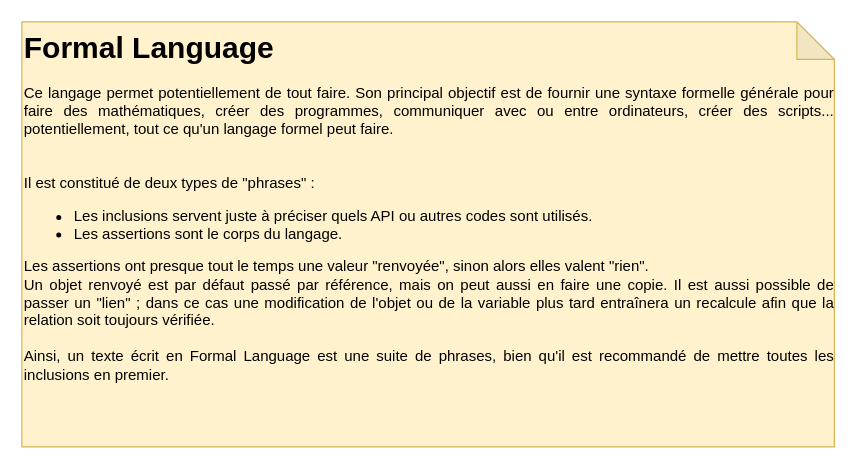
Before: page "Presentation" (1 of 5) of UML/Formal Language.drawio in Oscardoras/Ouverium, a draw.io diagram. Source tidied: cells renumbered, new cells numbered last; positions are measured from the earlier drawing's top-left corner, leaving out a move shared by most shapes. Both pictures are drawn from the tidied source at 125%, with x=0, y=0 at pixel (21, 21).
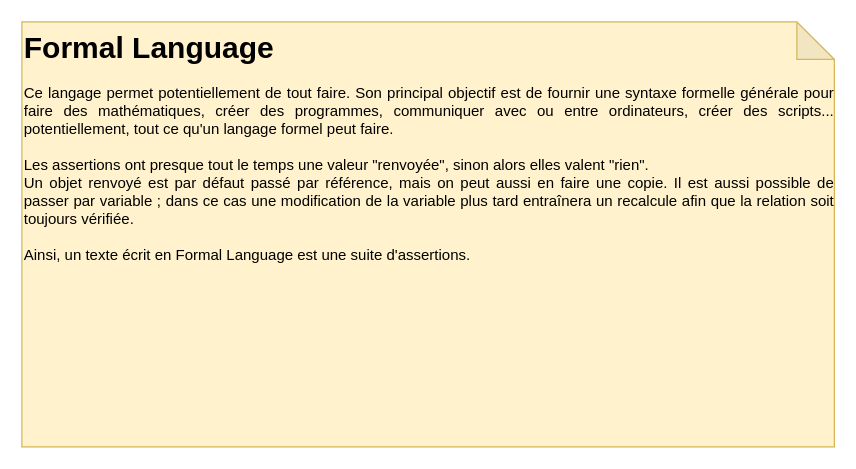
Above is the later version.

Diff of the diagram source:
```diff
@@
 <mxGraphModel>
   <root>
     <mxCell id="0" />
     <mxCell id="1" parent="0" />
-    <mxCell id="2" value="&lt;div style=&quot;text-align: justify&quot;&gt;&lt;b style=&quot;font-size: 24px&quot;&gt;Formal Language&lt;/b&gt;&lt;/div&gt;&lt;div style=&quot;text-align: justify&quot;&gt;&lt;br&gt;&lt;/div&gt;&lt;div style=&quot;text-align: justify&quot;&gt;Ce langage permet potentiellement de tout faire. Son principal objectif est de fournir une syntaxe formelle générale pour faire des mathématiques, créer des programmes, communiquer avec ou entre ordinateurs, créer des scripts... potentiellement, tout ce qu'un langage formel peut faire.&lt;/div&gt;&lt;div style=&quot;text-align: justify&quot;&gt;&lt;br&gt;&lt;/div&gt;&lt;div style=&quot;text-align: justify&quot;&gt;&lt;br&gt;&lt;/div&gt;&lt;div style=&quot;text-align: justify&quot;&gt;Il est constitué de deux types de &quot;phrases&quot; :&lt;/div&gt;&lt;div style=&quot;text-align: justify&quot;&gt;&lt;ul&gt;&lt;li&gt;Les inclusions servent juste à préciser quels API ou autres codes sont utilisés.&lt;/li&gt;&lt;li&gt;Les assertions sont le corps du langage.&lt;/li&gt;&lt;/ul&gt;&lt;span&gt;Les assertions ont presque tout le temps une valeur &quot;renvoyée&quot;, sinon alors elles valent &quot;rien&quot;.&lt;/span&gt;&lt;/div&gt;&lt;div style=&quot;text-align: justify&quot;&gt;&lt;span&gt;Un objet renvoyé est par défaut passé par référence, mais on peut aussi en faire une copie. Il est aussi possible de passer un &quot;lien&quot; ; dans ce cas une modification de l'objet ou de la variable plus tard entraînera&amp;nbsp;un&amp;nbsp;&lt;/span&gt;&lt;span&gt;recalcule afin que la relation soit toujours vérifiée.&lt;/span&gt;&lt;/div&gt;&lt;div style=&quot;text-align: justify&quot;&gt;&lt;span&gt;&lt;br&gt;&lt;/span&gt;&lt;/div&gt;&lt;div style=&quot;text-align: justify&quot;&gt;&lt;span&gt;Ainsi, un texte écrit en Formal Language est une suite de phrases, bien qu'il est recommandé de mettre toutes les inclusions&amp;nbsp;en premier.&lt;/span&gt;&lt;/div&gt;" style="shape=note;whiteSpace=wrap;html=1;backgroundOutline=1;darkOpacity=0.05;fillColor=#fff2cc;strokeColor=#d6b656;align=left;verticalAlign=top;fontColor=#000000;" parent="1" vertex="1">
+    <mxCell id="2" value="&lt;div style=&quot;text-align: justify&quot;&gt;&lt;b style=&quot;font-size: 24px&quot;&gt;Formal Language&lt;/b&gt;&lt;/div&gt;&lt;div style=&quot;text-align: justify&quot;&gt;&lt;br&gt;&lt;/div&gt;&lt;div style=&quot;text-align: justify&quot;&gt;Ce langage permet potentiellement de tout faire. Son principal objectif est de fournir une syntaxe formelle générale pour faire des mathématiques, créer des programmes, communiquer avec ou entre ordinateurs, créer des scripts... potentiellement, tout ce qu'un langage formel peut faire.&lt;/div&gt;&lt;div style=&quot;text-align: justify&quot;&gt;&lt;br&gt;&lt;/div&gt;&lt;div style=&quot;text-align: justify&quot;&gt;&lt;span&gt;Les assertions ont presque tout le temps une valeur &quot;renvoyée&quot;, sinon alors elles valent &quot;rien&quot;.&lt;/span&gt;&lt;/div&gt;&lt;div style=&quot;text-align: justify&quot;&gt;&lt;span&gt;Un objet renvoyé est par défaut passé par référence, mais on peut aussi en faire une copie. Il est aussi possible de passer par variable ; dans ce cas une modification de la variable plus tard entraînera&amp;nbsp;un&amp;nbsp;&lt;/span&gt;&lt;span&gt;recalcule afin que la relation soit toujours vérifiée.&lt;/span&gt;&lt;/div&gt;&lt;div style=&quot;text-align: justify&quot;&gt;&lt;span&gt;&lt;br&gt;&lt;/span&gt;&lt;/div&gt;&lt;div style=&quot;text-align: justify&quot;&gt;&lt;span&gt;Ainsi, un texte écrit en Formal Language est une suite d'assertions.&lt;/span&gt;&lt;/div&gt;" style="shape=note;whiteSpace=wrap;html=1;backgroundOutline=1;darkOpacity=0.05;fillColor=#fff2cc;strokeColor=#d6b656;align=left;verticalAlign=top;fontColor=#000000;" parent="1" vertex="1">
       <mxGeometry width="650" height="340" as="geometry" />
     </mxCell>
   </root>
 </mxGraphModel>
```
